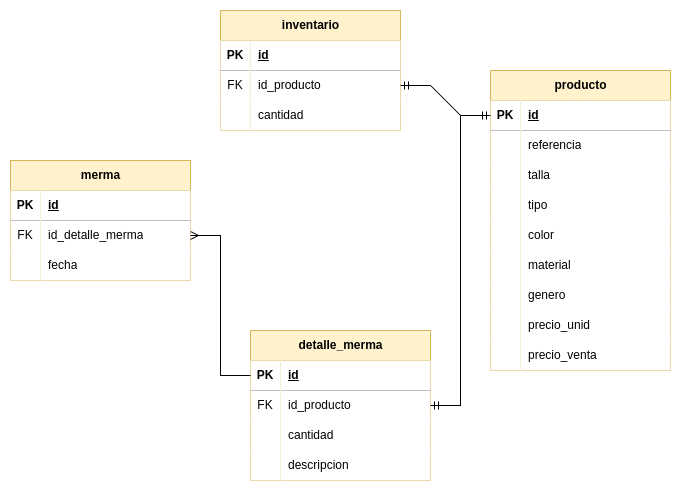
Above: Diagramas/DB/Inventario.png in Gilgamesh06/Ecommerce (draw.io), before the change. Source tidied: cells renumbered, new cells last; positions are measured from the earlier drawing's top-left corner, leaving out a move shared by most shapes.
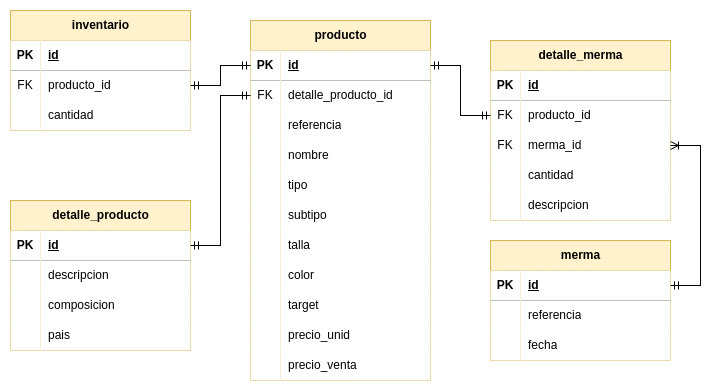
Above is the later version.

The edit, as a diff of the source:
```diff
@@ -3,7 +3,7 @@
     <mxCell id="0" />
     <mxCell id="1" parent="0" />
     <mxCell id="2" value="producto" style="shape=table;startSize=30;rowLines=0;fontStyle=1;align=center;html=1;fillColor=#fff2cc;strokeColor=#d6b656;" parent="1" vertex="1">
-      <mxGeometry x="480" y="60" width="180" height="300" as="geometry" />
+      <mxGeometry x="490" y="10" width="180" height="360" as="geometry" />
     </mxCell>
     <mxCell id="3" style="shape=tableRow;horizontal=0;startSize=0;swimlaneHead=0;swimlaneBody=0;fillColor=none;points=[[0,0.5],[1,0.5]];portConstraint=eastwest;top=0;left=0;right=0;bottom=1;" parent="2" vertex="1">
       <mxGeometry y="30" width="180" height="30" as="geometry" />
@@ -14,8 +14,17 @@
     <mxCell id="5" value="id" style="shape=partialRectangle;fillColor=default;top=0;left=0;bottom=0;right=0;align=left;spacingLeft=6;fontStyle=5;overflow=hidden;whiteSpace=wrap;html=1;" parent="3" vertex="1">
       <mxGeometry x="30" width="150" height="30" as="geometry" />
     </mxCell>
+    <mxCell id="66" style="shape=tableRow;horizontal=0;startSize=0;swimlaneHead=0;swimlaneBody=0;fillColor=none;points=[[0,0.5],[1,0.5]];portConstraint=eastwest;top=0;left=0;right=0;bottom=0;" parent="2" vertex="1">
+      <mxGeometry y="60" width="180" height="30" as="geometry" />
+    </mxCell>
+    <mxCell id="45" value="FK" style="shape=partialRectangle;fillColor=default;top=0;left=0;bottom=0;right=0;overflow=hidden;whiteSpace=wrap;html=1;" parent="66" vertex="1">
+      <mxGeometry width="30" height="30" as="geometry" />
+    </mxCell>
+    <mxCell id="67" value="detalle_producto_id" style="shape=partialRectangle;fillColor=default;top=0;left=0;bottom=0;right=0;align=left;spacingLeft=6;overflow=hidden;whiteSpace=wrap;html=1;" parent="66" vertex="1">
+      <mxGeometry x="30" width="150" height="30" as="geometry" />
+    </mxCell>
     <mxCell id="6" style="shape=tableRow;horizontal=0;startSize=0;swimlaneHead=0;swimlaneBody=0;fillColor=none;top=0;left=0;right=0;bottom=0;" parent="2" vertex="1">
-      <mxGeometry y="60" width="180" height="30" as="geometry" />
+      <mxGeometry y="90" width="180" height="30" as="geometry" />
     </mxCell>
     <mxCell id="7" style="shape=partialRectangle;fillColor=default;top=0;left=0;bottom=0;right=0;overflow=hidden;whiteSpace=wrap;html=1;" parent="6" vertex="1">
       <mxGeometry width="30" height="30" as="geometry" />
@@ -24,16 +33,16 @@
       <mxGeometry x="30" width="150" height="30" as="geometry" />
     </mxCell>
     <mxCell id="9" style="shape=tableRow;horizontal=0;startSize=0;swimlaneHead=0;swimlaneBody=0;fillColor=none;top=0;left=0;right=0;bottom=0;" parent="2" vertex="1">
-      <mxGeometry y="90" width="180" height="30" as="geometry" />
+      <mxGeometry y="120" width="180" height="30" as="geometry" />
     </mxCell>
     <mxCell id="10" style="shape=partialRectangle;fillColor=default;top=0;left=0;bottom=0;right=0;overflow=hidden;whiteSpace=wrap;html=1;" parent="9" vertex="1">
       <mxGeometry width="30" height="30" as="geometry" />
     </mxCell>
-    <mxCell id="11" value="talla" style="shape=partialRectangle;fillColor=default;top=0;left=0;bottom=0;right=0;align=left;spacingLeft=6;overflow=hidden;whiteSpace=wrap;html=1;" parent="9" vertex="1">
+    <mxCell id="11" value="nombre" style="shape=partialRectangle;fillColor=default;top=0;left=0;bottom=0;right=0;align=left;spacingLeft=6;overflow=hidden;whiteSpace=wrap;html=1;" parent="9" vertex="1">
       <mxGeometry x="30" width="150" height="30" as="geometry" />
     </mxCell>
     <mxCell id="12" style="shape=tableRow;horizontal=0;startSize=0;swimlaneHead=0;swimlaneBody=0;fillColor=none;top=0;left=0;right=0;bottom=0;" parent="2" vertex="1">
-      <mxGeometry y="120" width="180" height="30" as="geometry" />
+      <mxGeometry y="150" width="180" height="30" as="geometry" />
     </mxCell>
     <mxCell id="13" style="shape=partialRectangle;fillColor=default;top=0;left=0;bottom=0;right=0;overflow=hidden;whiteSpace=wrap;html=1;" parent="12" vertex="1">
       <mxGeometry width="30" height="30" as="geometry" />
@@ -42,34 +51,43 @@
       <mxGeometry x="30" width="150" height="30" as="geometry" />
     </mxCell>
     <mxCell id="15" style="shape=tableRow;horizontal=0;startSize=0;swimlaneHead=0;swimlaneBody=0;fillColor=none;top=0;left=0;right=0;bottom=0;" parent="2" vertex="1">
-      <mxGeometry y="150" width="180" height="30" as="geometry" />
+      <mxGeometry y="180" width="180" height="30" as="geometry" />
     </mxCell>
     <mxCell id="16" style="shape=partialRectangle;fillColor=default;top=0;left=0;bottom=0;right=0;overflow=hidden;whiteSpace=wrap;html=1;" parent="15" vertex="1">
       <mxGeometry width="30" height="30" as="geometry" />
     </mxCell>
-    <mxCell id="17" value="color" style="shape=partialRectangle;fillColor=default;top=0;left=0;bottom=0;right=0;align=left;spacingLeft=6;overflow=hidden;whiteSpace=wrap;html=1;" parent="15" vertex="1">
+    <mxCell id="17" value="subtipo" style="shape=partialRectangle;fillColor=default;top=0;left=0;bottom=0;right=0;align=left;spacingLeft=6;overflow=hidden;whiteSpace=wrap;html=1;" parent="15" vertex="1">
       <mxGeometry x="30" width="150" height="30" as="geometry" />
     </mxCell>
     <mxCell id="18" style="shape=tableRow;horizontal=0;startSize=0;swimlaneHead=0;swimlaneBody=0;fillColor=none;top=0;left=0;right=0;bottom=0;" parent="2" vertex="1">
-      <mxGeometry y="180" width="180" height="30" as="geometry" />
+      <mxGeometry y="210" width="180" height="30" as="geometry" />
     </mxCell>
     <mxCell id="19" style="shape=partialRectangle;fillColor=default;top=0;left=0;bottom=0;right=0;overflow=hidden;whiteSpace=wrap;html=1;" parent="18" vertex="1">
       <mxGeometry width="30" height="30" as="geometry" />
     </mxCell>
-    <mxCell id="20" value="material" style="shape=partialRectangle;fillColor=default;top=0;left=0;bottom=0;right=0;align=left;spacingLeft=6;overflow=hidden;whiteSpace=wrap;html=1;" parent="18" vertex="1">
+    <mxCell id="20" value="talla" style="shape=partialRectangle;fillColor=default;top=0;left=0;bottom=0;right=0;align=left;spacingLeft=6;overflow=hidden;whiteSpace=wrap;html=1;" parent="18" vertex="1">
       <mxGeometry x="30" width="150" height="30" as="geometry" />
     </mxCell>
     <mxCell id="21" style="shape=tableRow;horizontal=0;startSize=0;swimlaneHead=0;swimlaneBody=0;fillColor=none;top=0;left=0;right=0;bottom=0;" parent="2" vertex="1">
-      <mxGeometry y="210" width="180" height="30" as="geometry" />
+      <mxGeometry y="240" width="180" height="30" as="geometry" />
     </mxCell>
     <mxCell id="22" style="shape=partialRectangle;fillColor=default;top=0;left=0;bottom=0;right=0;overflow=hidden;whiteSpace=wrap;html=1;" parent="21" vertex="1">
       <mxGeometry width="30" height="30" as="geometry" />
     </mxCell>
-    <mxCell id="23" value="genero" style="shape=partialRectangle;fillColor=default;top=0;left=0;bottom=0;right=0;align=left;spacingLeft=6;overflow=hidden;whiteSpace=wrap;html=1;" parent="21" vertex="1">
+    <mxCell id="23" value="color" style="shape=partialRectangle;fillColor=default;top=0;left=0;bottom=0;right=0;align=left;spacingLeft=6;overflow=hidden;whiteSpace=wrap;html=1;" parent="21" vertex="1">
       <mxGeometry x="30" width="150" height="30" as="geometry" />
     </mxCell>
+    <mxCell id="68" style="shape=tableRow;horizontal=0;startSize=0;swimlaneHead=0;swimlaneBody=0;fillColor=none;top=0;left=0;right=0;bottom=0;" parent="2" vertex="1">
+      <mxGeometry y="270" width="180" height="30" as="geometry" />
+    </mxCell>
+    <mxCell id="69" style="shape=partialRectangle;fillColor=default;top=0;left=0;bottom=0;right=0;overflow=hidden;whiteSpace=wrap;html=1;" parent="68" vertex="1">
+      <mxGeometry width="30" height="30" as="geometry" />
+    </mxCell>
+    <mxCell id="70" value="target" style="shape=partialRectangle;fillColor=default;top=0;left=0;bottom=0;right=0;align=left;spacingLeft=6;overflow=hidden;whiteSpace=wrap;html=1;" parent="68" vertex="1">
+      <mxGeometry x="30" width="150" height="30" as="geometry" />
+    </mxCell>
     <mxCell id="24" style="shape=tableRow;horizontal=0;startSize=0;swimlaneHead=0;swimlaneBody=0;fillColor=none;top=0;left=0;right=0;bottom=0;" parent="2" vertex="1">
-      <mxGeometry y="240" width="180" height="30" as="geometry" />
+      <mxGeometry y="300" width="180" height="30" as="geometry" />
     </mxCell>
     <mxCell id="25" style="shape=partialRectangle;fillColor=default;top=0;left=0;bottom=0;right=0;overflow=hidden;whiteSpace=wrap;html=1;" parent="24" vertex="1">
       <mxGeometry width="30" height="30" as="geometry" />
@@ -78,7 +96,7 @@
       <mxGeometry x="30" width="150" height="30" as="geometry" />
     </mxCell>
     <mxCell id="27" style="shape=tableRow;horizontal=0;startSize=0;swimlaneHead=0;swimlaneBody=0;fillColor=none;top=0;left=0;right=0;bottom=0;" parent="2" vertex="1">
-      <mxGeometry y="270" width="180" height="30" as="geometry" />
+      <mxGeometry y="330" width="180" height="30" as="geometry" />
     </mxCell>
     <mxCell id="28" style="shape=partialRectangle;fillColor=default;top=0;left=0;bottom=0;right=0;overflow=hidden;whiteSpace=wrap;html=1;" parent="27" vertex="1">
       <mxGeometry width="30" height="30" as="geometry" />
@@ -87,7 +105,7 @@
       <mxGeometry x="30" width="150" height="30" as="geometry" />
     </mxCell>
     <mxCell id="30" value="inventario" style="shape=table;startSize=30;rowLines=0;fontStyle=1;align=center;html=1;fillColor=#fff2cc;strokeColor=#d6b656;" parent="1" vertex="1">
-      <mxGeometry x="210" width="180" height="120" as="geometry" />
+      <mxGeometry x="250" width="180" height="120" as="geometry" />
     </mxCell>
     <mxCell id="31" style="shape=tableRow;horizontal=0;startSize=0;swimlaneHead=0;swimlaneBody=0;fillColor=none;top=0;left=0;right=0;bottom=1;" parent="30" vertex="1">
       <mxGeometry y="30" width="180" height="30" as="geometry" />
@@ -104,7 +122,7 @@
     <mxCell id="35" value="FK" style="shape=partialRectangle;fillColor=default;top=0;left=0;bottom=0;right=0;overflow=hidden;whiteSpace=wrap;html=1;" parent="34" vertex="1">
       <mxGeometry width="30" height="30" as="geometry" />
     </mxCell>
-    <mxCell id="36" value="id_producto" style="shape=partialRectangle;fillColor=default;top=0;left=0;bottom=0;right=0;align=left;spacingLeft=6;overflow=hidden;whiteSpace=wrap;html=1;" parent="34" vertex="1">
+    <mxCell id="36" value="producto_id" style="shape=partialRectangle;fillColor=default;top=0;left=0;bottom=0;right=0;align=left;spacingLeft=6;overflow=hidden;whiteSpace=wrap;html=1;" parent="34" vertex="1">
       <mxGeometry x="30" width="150" height="30" as="geometry" />
     </mxCell>
     <mxCell id="37" style="shape=tableRow;horizontal=0;startSize=0;swimlaneHead=0;swimlaneBody=0;fillColor=none;top=0;left=0;right=0;bottom=0;" parent="30" vertex="1">
@@ -117,7 +135,7 @@
       <mxGeometry x="30" width="150" height="30" as="geometry" />
     </mxCell>
     <mxCell id="40" value="merma" style="shape=table;startSize=30;rowLines=0;fontStyle=1;align=center;html=1;fillColor=#fff2cc;strokeColor=#d6b656;" parent="1" vertex="1">
-      <mxGeometry y="150" width="180" height="120" as="geometry" />
+      <mxGeometry x="730" y="230" width="180" height="120" as="geometry" />
     </mxCell>
     <mxCell id="41" style="shape=tableRow;horizontal=0;startSize=0;swimlaneHead=0;swimlaneBody=0;fillColor=none;points=[[0,0.5],[1,0.5]];portConstraint=eastwest;top=0;left=0;right=0;bottom=1;" parent="40" vertex="1">
       <mxGeometry y="30" width="180" height="30" as="geometry" />
@@ -128,15 +146,15 @@
     <mxCell id="43" value="id" style="shape=partialRectangle;fillColor=default;top=0;left=0;bottom=0;right=0;align=left;spacingLeft=6;fontStyle=5;overflow=hidden;whiteSpace=wrap;html=1;" parent="41" vertex="1">
       <mxGeometry x="30" width="150" height="30" as="geometry" />
     </mxCell>
-    <mxCell id="44" style="shape=tableRow;horizontal=0;startSize=0;swimlaneHead=0;swimlaneBody=0;fillColor=none;points=[[0,0.5],[1,0.5]];portConstraint=eastwest;top=0;left=0;right=0;bottom=0;" parent="40" vertex="1">
-      <mxGeometry y="60" width="180" height="30" as="geometry" />
-    </mxCell>
-    <mxCell id="45" value="FK" style="shape=partialRectangle;fillColor=default;top=0;left=0;bottom=0;right=0;overflow=hidden;whiteSpace=wrap;html=1;" parent="44" vertex="1">
-      <mxGeometry width="30" height="30" as="geometry" />
-    </mxCell>
-    <mxCell id="46" value="id_detalle_merma" style="shape=partialRectangle;fillColor=default;top=0;left=0;bottom=0;right=0;align=left;spacingLeft=6;overflow=hidden;whiteSpace=wrap;html=1;" parent="44" vertex="1">
-      <mxGeometry x="30" width="150" height="30" as="geometry" />
-    </mxCell>
+    <mxCell id="71" style="shape=tableRow;horizontal=0;startSize=0;swimlaneHead=0;swimlaneBody=0;fillColor=none;top=0;left=0;right=0;bottom=0;" parent="40" vertex="1">
+      <mxGeometry y="60" width="180" height="30" as="geometry" />
+    </mxCell>
+    <mxCell id="72" style="shape=partialRectangle;fillColor=default;top=0;left=0;bottom=0;right=0;overflow=hidden;whiteSpace=wrap;html=1;" parent="71" vertex="1">
+      <mxGeometry width="30" height="30" as="geometry" />
+    </mxCell>
+    <mxCell id="73" value="referencia" style="shape=partialRectangle;fillColor=default;top=0;left=0;bottom=0;right=0;align=left;spacingLeft=6;overflow=hidden;whiteSpace=wrap;html=1;" parent="71" vertex="1">
+      <mxGeometry x="30" width="150" height="30" as="geometry" />
+    </mxCell>
     <mxCell id="47" style="shape=tableRow;horizontal=0;startSize=0;swimlaneHead=0;swimlaneBody=0;fillColor=none;top=0;left=0;right=0;bottom=0;" parent="40" vertex="1">
       <mxGeometry y="90" width="180" height="30" as="geometry" />
     </mxCell>
@@ -147,7 +165,7 @@
       <mxGeometry x="30" width="150" height="30" as="geometry" />
     </mxCell>
     <mxCell id="50" value="detalle_merma" style="shape=table;startSize=30;rowLines=0;fontStyle=1;align=center;html=1;fillColor=#fff2cc;strokeColor=#d6b656;" parent="1" vertex="1">
-      <mxGeometry x="240" y="320" width="180" height="150" as="geometry" />
+      <mxGeometry x="730" y="30" width="180" height="180" as="geometry" />
     </mxCell>
     <mxCell id="51" style="shape=tableRow;horizontal=0;startSize=0;swimlaneHead=0;swimlaneBody=0;fillColor=none;points=[[0,0.5],[1,0.5]];portConstraint=eastwest;top=0;left=0;right=0;bottom=1;" parent="50" vertex="1">
       <mxGeometry y="30" width="180" height="30" as="geometry" />
@@ -164,11 +182,20 @@
     <mxCell id="55" value="FK" style="shape=partialRectangle;top=0;left=0;bottom=0;right=0;overflow=hidden;whiteSpace=wrap;html=1;" parent="54" vertex="1">
       <mxGeometry width="30" height="30" as="geometry" />
     </mxCell>
-    <mxCell id="56" value="id_producto" style="shape=partialRectangle;top=0;left=0;bottom=0;right=0;align=left;spacingLeft=6;overflow=hidden;whiteSpace=wrap;html=1;" parent="54" vertex="1">
+    <mxCell id="56" value="producto_id" style="shape=partialRectangle;top=0;left=0;bottom=0;right=0;align=left;spacingLeft=6;overflow=hidden;whiteSpace=wrap;html=1;" parent="54" vertex="1">
       <mxGeometry x="30" width="150" height="30" as="geometry" />
     </mxCell>
+    <mxCell id="74" style="shape=tableRow;horizontal=0;startSize=0;swimlaneHead=0;swimlaneBody=0;fillColor=none;points=[[0,0.5],[1,0.5]];portConstraint=eastwest;top=0;left=0;right=0;bottom=0;" parent="50" vertex="1">
+      <mxGeometry y="90" width="180" height="30" as="geometry" />
+    </mxCell>
+    <mxCell id="75" value="FK" style="shape=partialRectangle;top=0;left=0;bottom=0;right=0;overflow=hidden;whiteSpace=wrap;html=1;" parent="74" vertex="1">
+      <mxGeometry width="30" height="30" as="geometry" />
+    </mxCell>
+    <mxCell id="76" value="merma_id" style="shape=partialRectangle;top=0;left=0;bottom=0;right=0;align=left;spacingLeft=6;overflow=hidden;whiteSpace=wrap;html=1;" parent="74" vertex="1">
+      <mxGeometry x="30" width="150" height="30" as="geometry" />
+    </mxCell>
     <mxCell id="57" style="shape=tableRow;horizontal=0;startSize=0;swimlaneHead=0;swimlaneBody=0;fillColor=none;top=0;left=0;right=0;bottom=0;" parent="50" vertex="1">
-      <mxGeometry y="90" width="180" height="30" as="geometry" />
+      <mxGeometry y="120" width="180" height="30" as="geometry" />
     </mxCell>
     <mxCell id="58" style="shape=partialRectangle;top=0;left=0;bottom=0;right=0;overflow=hidden;whiteSpace=wrap;html=1;" parent="57" vertex="1">
       <mxGeometry width="30" height="30" as="geometry" />
@@ -177,7 +204,7 @@
       <mxGeometry x="30" width="150" height="30" as="geometry" />
     </mxCell>
     <mxCell id="60" style="shape=tableRow;horizontal=0;startSize=0;swimlaneHead=0;swimlaneBody=0;fillColor=none;top=0;left=0;right=0;bottom=0;" parent="50" vertex="1">
-      <mxGeometry y="120" width="180" height="30" as="geometry" />
+      <mxGeometry y="150" width="180" height="30" as="geometry" />
     </mxCell>
     <mxCell id="61" style="shape=partialRectangle;top=0;left=0;bottom=0;right=0;overflow=hidden;whiteSpace=wrap;html=1;" parent="60" vertex="1">
       <mxGeometry width="30" height="30" as="geometry" />
@@ -188,11 +215,59 @@
     <mxCell id="63" style="edgeStyle=entityRelationEdgeStyle;fontSize=12;html=1;endArrow=ERmandOne;startArrow=ERmandOne;rounded=0;exitX=1;exitY=0.5;exitDx=0;exitDy=0;entryX=0;entryY=0.5;entryDx=0;entryDy=0;" parent="1" edge="1" source="34" target="3">
       <mxGeometry relative="1" as="geometry" />
     </mxCell>
-    <mxCell id="64" style="edgeStyle=entityRelationEdgeStyle;fontSize=12;html=1;endArrow=ERmany;rounded=0;exitX=0;exitY=0.5;exitDx=0;exitDy=0;entryX=1;entryY=0.5;entryDx=0;entryDy=0;" parent="1" edge="1" source="51" target="44">
-      <mxGeometry relative="1" as="geometry" />
-    </mxCell>
-    <mxCell id="65" style="edgeStyle=entityRelationEdgeStyle;fontSize=12;html=1;endArrow=ERmandOne;startArrow=ERmandOne;rounded=0;entryX=0;entryY=0.5;entryDx=0;entryDy=0;exitX=1;exitY=0.5;exitDx=0;exitDy=0;" parent="1" edge="1" source="50" target="3">
-      <mxGeometry relative="1" as="geometry" />
-    </mxCell>
+    <mxCell id="77" style="edgeStyle=entityRelationEdgeStyle;fontSize=12;html=1;endArrow=ERoneToMany;startArrow=ERmandOne;rounded=0;" parent="1" edge="1" source="41" target="74">
+      <mxGeometry relative="1" as="geometry" />
+    </mxCell>
+    <mxCell id="78" style="edgeStyle=entityRelationEdgeStyle;fontSize=12;html=1;endArrow=ERmandOne;startArrow=ERmandOne;rounded=0;entryX=0;entryY=0.5;entryDx=0;entryDy=0;exitX=1;exitY=0.5;exitDx=0;exitDy=0;" parent="1" edge="1" source="3" target="54">
+      <mxGeometry relative="1" as="geometry">
+        <Array as="points">
+          <mxPoint x="710" y="52.5" />
+          <mxPoint x="720" y="62.5" />
+          <mxPoint x="560" y="380" />
+        </Array>
+      </mxGeometry>
+    </mxCell>
+    <mxCell id="79" value="detalle_producto" style="shape=table;startSize=30;rowLines=0;fontStyle=1;align=center;html=1;fillColor=#fff2cc;strokeColor=#d6b656;" parent="1" vertex="1">
+      <mxGeometry x="250" y="190" width="180" height="150" as="geometry" />
+    </mxCell>
+    <mxCell id="80" style="shape=tableRow;horizontal=0;startSize=0;swimlaneHead=0;swimlaneBody=0;fillColor=none;points=[[0,0.5],[1,0.5]];portConstraint=eastwest;top=0;left=0;right=0;bottom=1;" parent="79" vertex="1">
+      <mxGeometry y="30" width="180" height="30" as="geometry" />
+    </mxCell>
+    <mxCell id="81" value="PK" style="shape=partialRectangle;fillColor=default;top=0;left=0;bottom=0;right=0;fontStyle=1;overflow=hidden;whiteSpace=wrap;html=1;" parent="80" vertex="1">
+      <mxGeometry width="30" height="30" as="geometry" />
+    </mxCell>
+    <mxCell id="82" value="id" style="shape=partialRectangle;fillColor=default;top=0;left=0;bottom=0;right=0;align=left;spacingLeft=6;fontStyle=5;overflow=hidden;whiteSpace=wrap;html=1;" parent="80" vertex="1">
+      <mxGeometry x="30" width="150" height="30" as="geometry" />
+    </mxCell>
+    <mxCell id="83" style="shape=tableRow;horizontal=0;startSize=0;swimlaneHead=0;swimlaneBody=0;fillColor=none;top=0;left=0;right=0;bottom=0;" parent="79" vertex="1">
+      <mxGeometry y="60" width="180" height="30" as="geometry" />
+    </mxCell>
+    <mxCell id="84" style="shape=partialRectangle;fillColor=default;top=0;left=0;bottom=0;right=0;overflow=hidden;whiteSpace=wrap;html=1;" parent="83" vertex="1">
+      <mxGeometry width="30" height="30" as="geometry" />
+    </mxCell>
+    <mxCell id="85" value="descripcion" style="shape=partialRectangle;fillColor=default;top=0;left=0;bottom=0;right=0;align=left;spacingLeft=6;overflow=hidden;whiteSpace=wrap;html=1;" parent="83" vertex="1">
+      <mxGeometry x="30" width="150" height="30" as="geometry" />
+    </mxCell>
+    <mxCell id="86" style="shape=tableRow;horizontal=0;startSize=0;swimlaneHead=0;swimlaneBody=0;fillColor=none;top=0;left=0;right=0;bottom=0;" parent="79" vertex="1">
+      <mxGeometry y="90" width="180" height="30" as="geometry" />
+    </mxCell>
+    <mxCell id="87" style="shape=partialRectangle;fillColor=default;top=0;left=0;bottom=0;right=0;overflow=hidden;whiteSpace=wrap;html=1;" parent="86" vertex="1">
+      <mxGeometry width="30" height="30" as="geometry" />
+    </mxCell>
+    <mxCell id="88" value="composicion" style="shape=partialRectangle;fillColor=default;top=0;left=0;bottom=0;right=0;align=left;spacingLeft=6;overflow=hidden;whiteSpace=wrap;html=1;" parent="86" vertex="1">
+      <mxGeometry x="30" width="150" height="30" as="geometry" />
+    </mxCell>
+    <mxCell id="89" style="shape=tableRow;horizontal=0;startSize=0;swimlaneHead=0;swimlaneBody=0;fillColor=none;top=0;left=0;right=0;bottom=0;" parent="79" vertex="1">
+      <mxGeometry y="120" width="180" height="30" as="geometry" />
+    </mxCell>
+    <mxCell id="90" style="shape=partialRectangle;fillColor=default;top=0;left=0;bottom=0;right=0;overflow=hidden;whiteSpace=wrap;html=1;" parent="89" vertex="1">
+      <mxGeometry width="30" height="30" as="geometry" />
+    </mxCell>
+    <mxCell id="91" value="pais" style="shape=partialRectangle;fillColor=default;top=0;left=0;bottom=0;right=0;align=left;spacingLeft=6;overflow=hidden;whiteSpace=wrap;html=1;" parent="89" vertex="1">
+      <mxGeometry x="30" width="150" height="30" as="geometry" />
+    </mxCell>
+    <mxCell id="92" style="edgeStyle=entityRelationEdgeStyle;fontSize=12;html=1;endArrow=ERmandOne;startArrow=ERmandOne;rounded=0;entryX=0;entryY=0.5;entryDx=0;entryDy=0;exitX=1;exitY=0.5;exitDx=0;exitDy=0;" parent="1" edge="1" source="80" target="66">
+      <mxGeometry relative="1" as="geometry" />
+    </mxCell>
   </root>
 </mxGraphModel>
```
